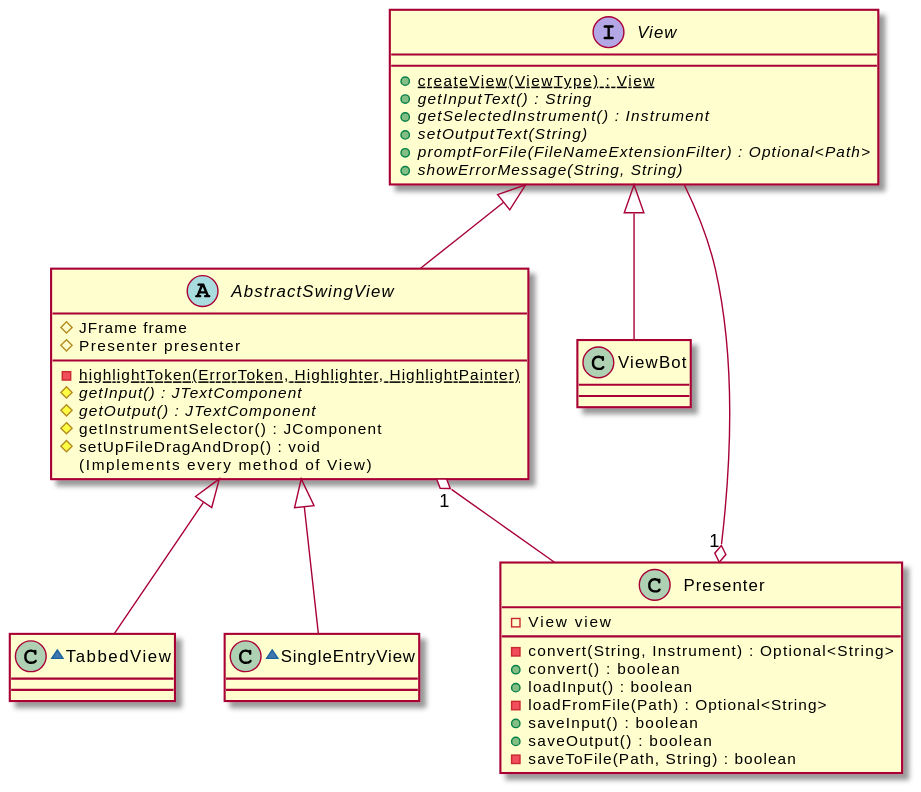
Above: Documentation/frontend-class-diagram.svg in ahopk127/eecs2311-tab2xml (PlantUML), before the change.
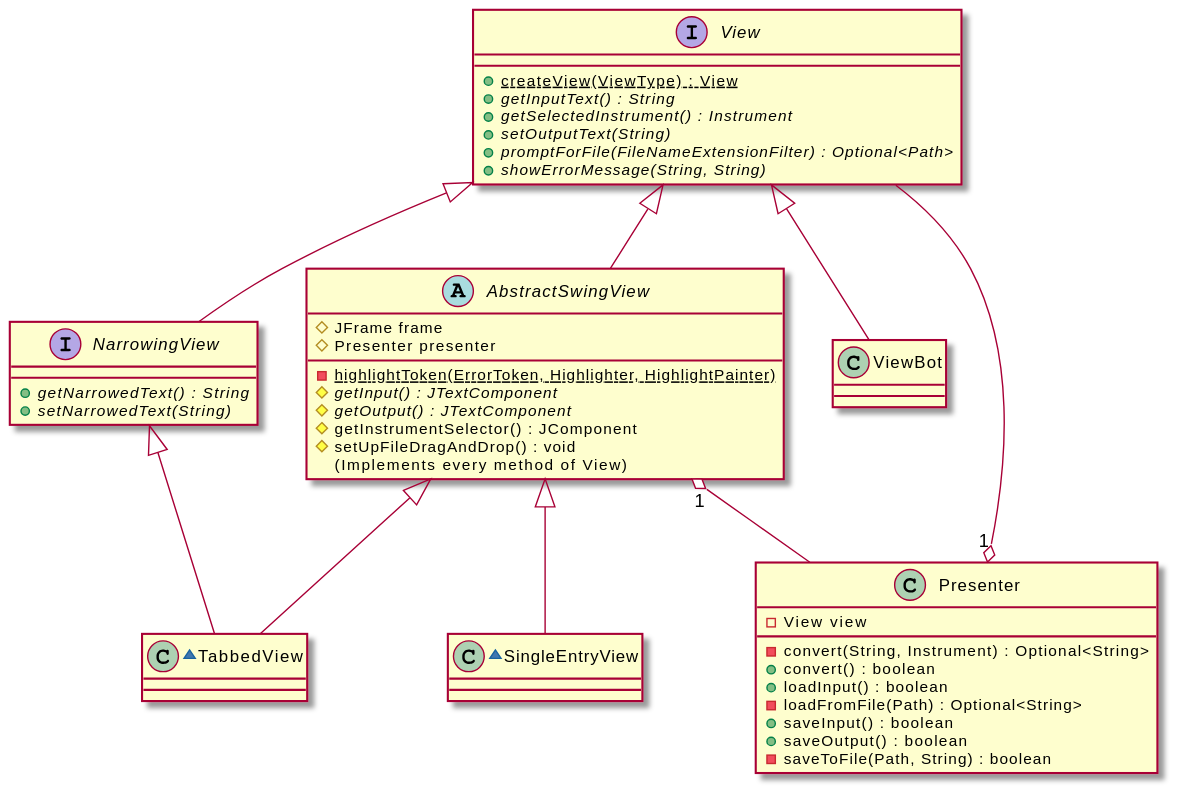
After the change.

Change to the diagram source:
```diff
@@ -6,6 +6,11 @@
   +{abstract} setOutputText(String)
   +{abstract} promptForFile(FileNameExtensionFilter) : Optional<Path>
   +{abstract} showErrorMessage(String, String)
+}
+
+interface NarrowingView {
+  +{abstract} getNarrowedText() : String
+  +{abstract} setNarrowedText(String)
 }
 
 class Presenter {
@@ -40,7 +45,9 @@
 Presenter "1" o-- View
 AbstractSwingView "1" o-- Presenter
 View <|-- AbstractSwingView
+View <|-- NarrowingView
 AbstractSwingView <|-- TabbedView
+NarrowingView <|-- TabbedView
 AbstractSwingView <|-- SingleEntryView
 View <|-- ViewBot
 @enduml
```
